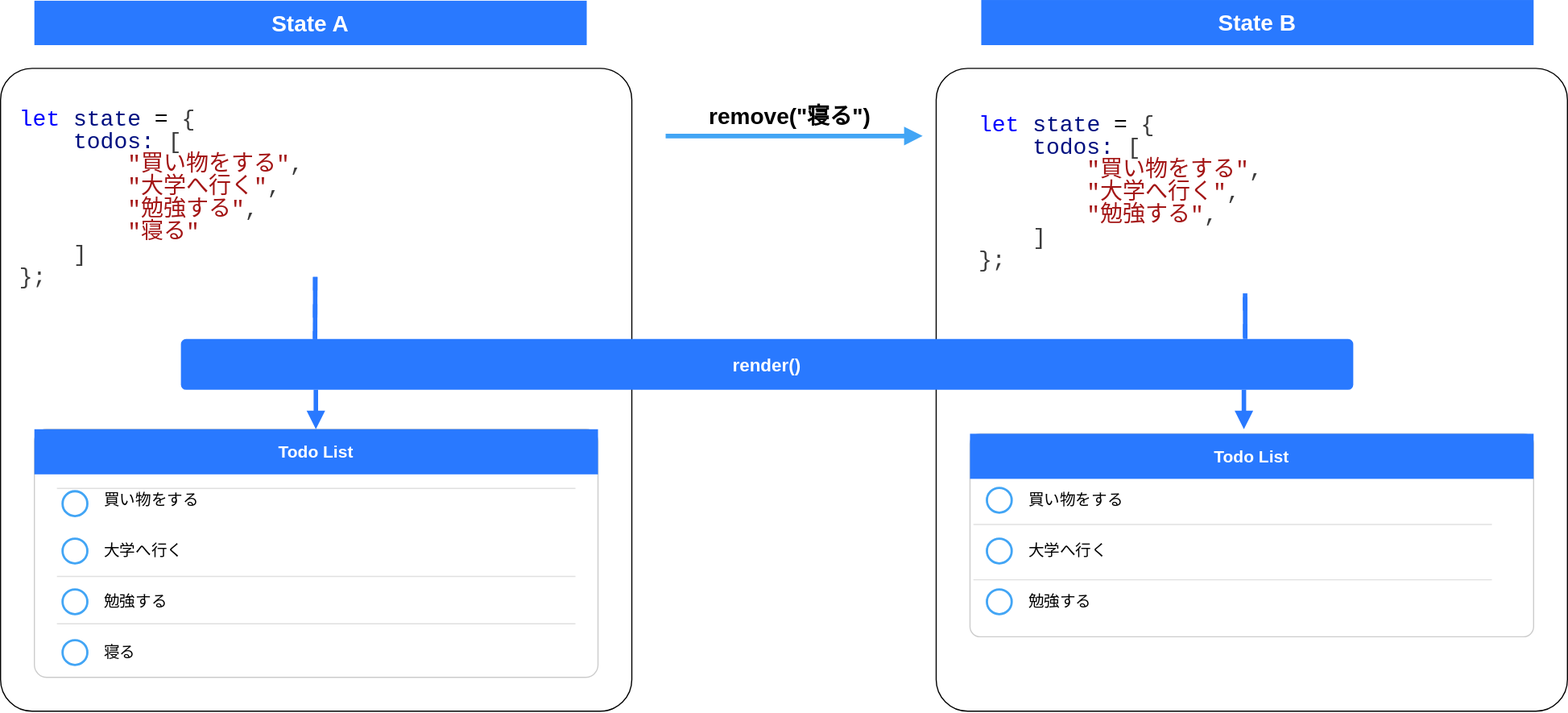
ut-code/utcode-learn keeps this draw.io diagram as docs/4-advanced/04-react/declarative-ui.drawio.svg. Above is the earlier version. Source tidied: cells renumbered, new cells last; positions are measured from the earlier drawing's top-left corner, leaving out a move shared by most shapes.
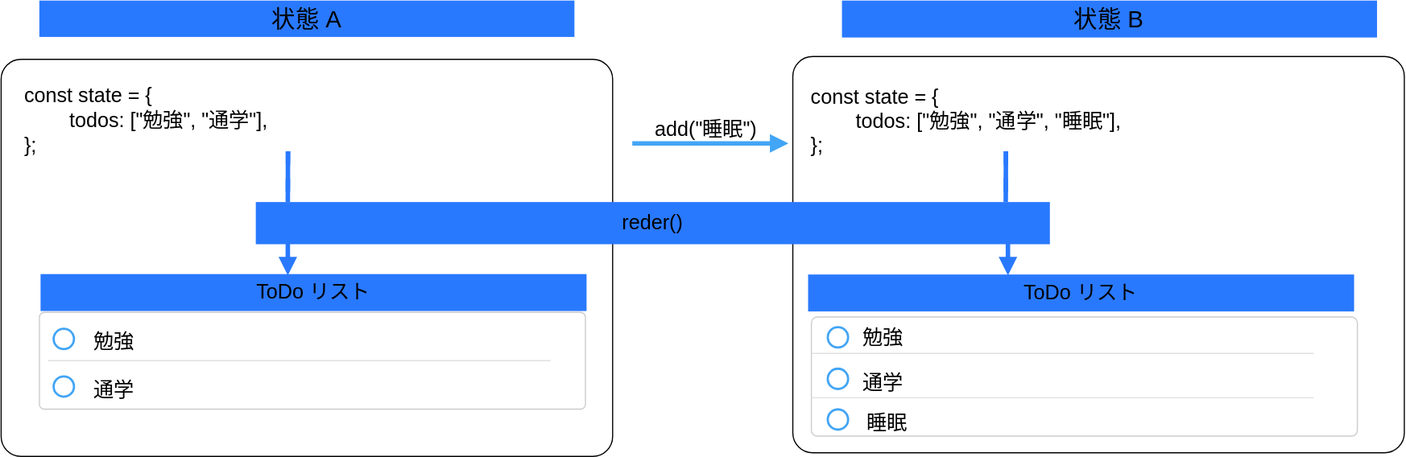
Later version of the same file.

Diff of the diagram source:
```diff
@@ -2,125 +2,110 @@
   <root>
     <mxCell id="0" />
     <mxCell id="1" parent="0" />
+    <mxCell id="37" style="group;direction=south;" parent="1" vertex="1">
+      <mxGeometry x="22" y="-14" width="1246" height="405" as="geometry" />
+    </mxCell>
-    <mxCell id="2" style="rounded=1;whiteSpace=wrap;html=1;arcSize=5;" parent="1" vertex="1">
-      <mxGeometry y="61" width="560" height="570" as="geometry" />
+    <mxCell id="2" style="rounded=1;whiteSpace=wrap;html=1;arcSize=5;fillColor=none;" parent="37" vertex="1">
+      <mxGeometry y="52.2" width="542.8" height="352.8" as="geometry" />
     </mxCell>
-    <mxCell id="3" value="&lt;b&gt;&lt;font color=&quot;#FFFFFF&quot; style=&quot;font-size: 20px;&quot;&gt;State A&lt;/font&gt;&lt;/b&gt;" style="rounded=0;whiteSpace=wrap;html=1;fillColor=#2979FF;strokeColor=none;arcSize=0;" parent="1" vertex="1">
-      <mxGeometry x="30" y="1" width="490" height="39.4" as="geometry" />
+    <mxCell id="3" value="状態 A" style="rounded=0;whiteSpace=wrap;fillColor=#2979FF;strokeColor=none;arcSize=0;fontSize=21;" parent="37" vertex="1">
+      <mxGeometry x="33.9" width="474.9" height="32.3" as="geometry" />
     </mxCell>
-    <mxCell id="4" style="rounded=1;whiteSpace=wrap;html=1;fillColor=#FFFFFF;strokeColor=#CCCCCC;arcSize=5;" parent="1" vertex="1">
-      <mxGeometry x="30" y="381" width="500" height="220" as="geometry" />
+    <mxCell id="4" style="rounded=1;whiteSpace=wrap;fillColor=#FFFFFF;strokeColor=#CCCCCC;arcSize=5;" parent="37" vertex="1">
+      <mxGeometry x="34" y="277" width="484.6" height="86" as="geometry" />
     </mxCell>
-    <mxCell id="5" value="&lt;b&gt;&lt;font color=&quot;#FFFFFF&quot; style=&quot;font-size:15px;&quot;&gt;Todo List&lt;/font&gt;&lt;/b&gt;" style="rounded=0;whiteSpace=wrap;html=1;fillColor=#2979FF;strokeColor=none;" parent="1" vertex="1">
-      <mxGeometry x="30" y="381" width="500" height="40" as="geometry" />
+    <mxCell id="5" value="ToDo リスト" style="rounded=0;whiteSpace=wrap;fillColor=#2979FF;strokeColor=none;fontSize=18;" parent="37" vertex="1">
+      <mxGeometry x="35" y="243" width="484.6" height="32.8" as="geometry" />
     </mxCell>
-    <mxCell id="6" style="ellipse;whiteSpace=wrap;html=1;fillColor=#FFFFFF;strokeColor=#42A5F5;strokeWidth=2;" parent="1" vertex="1">
-      <mxGeometry x="55" y="436" width="22" height="22" as="geometry" />
-    </mxCell>
-    <mxCell id="7" value="&lt;font style=&quot;font-size:14px;&quot;&gt;買い物をする&lt;/font&gt;" style="text;html=1;align=left;verticalAlign=middle;" parent="1" vertex="1">
-      <mxGeometry x="90" y="431" width="110" height="26" as="geometry" />
-    </mxCell>
-    <mxCell id="8" style="line;strokeWidth=1;strokeColor=#E0E0E0;fillColor=none;" parent="1" vertex="1">
-      <mxGeometry x="50" y="433" width="460" height="1" as="geometry" />
-    </mxCell>
-    <mxCell id="9" style="ellipse;whiteSpace=wrap;html=1;fillColor=#FFFFFF;strokeColor=#42A5F5;strokeWidth=2;" parent="1" vertex="1">
-      <mxGeometry x="55" y="478" width="22" height="22" as="geometry" />
+    <mxCell id="9" style="ellipse;whiteSpace=wrap;html=1;fillColor=#FFFFFF;strokeColor=#42A5F5;strokeWidth=2;" parent="37" vertex="1">
+      <mxGeometry x="46.6" y="291.6" width="18.1" height="18.1" as="geometry" />
     </mxCell>
-    <mxCell id="10" value="&lt;font style=&quot;font-size:14px;&quot;&gt;大学へ行く&lt;/font&gt;" style="text;html=1;align=left;verticalAlign=middle;" parent="1" vertex="1">
-      <mxGeometry x="90" y="476" width="100" height="26" as="geometry" />
+    <mxCell id="10" value="勉強" style="text;align=left;verticalAlign=middle;fontSize=18;" parent="37" vertex="1">
+      <mxGeometry x="80.5" y="284.7" width="54" height="34" as="geometry" />
     </mxCell>
-    <mxCell id="11" style="line;strokeWidth=1;strokeColor=#E0E0E0;fillColor=none;" parent="1" vertex="1">
-      <mxGeometry x="50" y="511" width="460" height="1" as="geometry" />
+    <mxCell id="11" style="line;strokeWidth=1;strokeColor=#E0E0E0;fillColor=none;" parent="37" vertex="1">
+      <mxGeometry x="41.8" y="319.5" width="445.9" height="0.8" as="geometry" />
     </mxCell>
-    <mxCell id="12" style="ellipse;whiteSpace=wrap;html=1;fillColor=#FFFFFF;strokeColor=#42A5F5;strokeWidth=2;" parent="1" vertex="1">
-      <mxGeometry x="55" y="523" width="22" height="22" as="geometry" />
+    <mxCell id="12" style="ellipse;whiteSpace=wrap;html=1;fillColor=#FFFFFF;strokeColor=#42A5F5;strokeWidth=2;" parent="37" vertex="1">
+      <mxGeometry x="46.6" y="333.9" width="18.1" height="18.1" as="geometry" />
     </mxCell>
-    <mxCell id="13" value="&lt;font style=&quot;font-size:14px;&quot;&gt;勉強する&lt;/font&gt;" style="text;html=1;align=left;verticalAlign=middle;" parent="1" vertex="1">
-      <mxGeometry x="90" y="521" width="80" height="26" as="geometry" />
+    <mxCell id="13" value="通学" style="text;align=left;verticalAlign=middle;fontSize=18;" parent="37" vertex="1">
+      <mxGeometry x="80.5" y="327.7" width="54" height="34" as="geometry" />
     </mxCell>
-    <mxCell id="14" style="line;strokeWidth=1;strokeColor=#E0E0E0;fillColor=none;" parent="1" vertex="1">
-      <mxGeometry x="50" y="553" width="460" height="1" as="geometry" />
-    </mxCell>
-    <mxCell id="15" style="ellipse;whiteSpace=wrap;html=1;fillColor=#FFFFFF;strokeColor=#42A5F5;strokeWidth=2;" parent="1" vertex="1">
-      <mxGeometry x="55" y="568" width="22" height="22" as="geometry" />
-    </mxCell>
-    <mxCell id="16" value="&lt;font style=&quot;font-size:14px;&quot;&gt;寝る&lt;/font&gt;" style="text;html=1;align=left;verticalAlign=middle;" parent="1" vertex="1">
-      <mxGeometry x="90" y="566" width="50" height="26" as="geometry" />
-    </mxCell>
-    <mxCell id="17" style="rounded=1;whiteSpace=wrap;html=1;arcSize=5;" parent="1" vertex="1">
-      <mxGeometry x="830" y="61" width="560" height="570" as="geometry" />
+    <mxCell id="17" style="rounded=1;whiteSpace=wrap;html=1;arcSize=5;" parent="37" vertex="1">
+      <mxGeometry x="702.7" y="49.7" width="542.8" height="352" as="geometry" />
     </mxCell>
-    <mxCell id="18" style="endArrow=none;html=1;rounded=0;strokeWidth=4;strokeColor=#2979FF;fillColor=#2979FF;endFill=0;shape=wire;dashed=1;entryX=0.9;entryY=0.027;entryDx=0;entryDy=0;entryPerimeter=0;" parent="1" edge="1">
-      <mxGeometry relative="1" as="geometry">
-        <mxPoint x="1104" y="239.8" as="sourcePoint" />
-        <mxPoint x="1104.2" y="301" as="targetPoint" />
-      </mxGeometry>
-    </mxCell>
-    <mxCell id="19" style="rounded=1;whiteSpace=wrap;html=1;fillColor=#FFFFFF;strokeColor=#CCCCCC;arcSize=5;" parent="1" vertex="1">
-      <mxGeometry x="860" y="385" width="500" height="180" as="geometry" />
+    <mxCell id="19" style="rounded=1;whiteSpace=wrap;html=1;fillColor=#FFFFFF;strokeColor=#CCCCCC;arcSize=5;" parent="37" vertex="1">
+      <mxGeometry x="719.2" y="281.1" width="484.6" height="105.8" as="geometry" />
     </mxCell>
-    <mxCell id="20" value="&lt;b&gt;&lt;font color=&quot;#FFFFFF&quot; style=&quot;font-size:15px;&quot;&gt;Todo List&lt;/font&gt;&lt;/b&gt;" style="rounded=0;whiteSpace=wrap;html=1;fillColor=#2979FF;strokeColor=none;" parent="1" vertex="1">
-      <mxGeometry x="860" y="385" width="500" height="40" as="geometry" />
+    <mxCell id="20" value="ToDo リスト" style="rounded=0;whiteSpace=wrap;fillColor=#2979FF;strokeColor=none;fontSize=18;" parent="37" vertex="1">
+      <mxGeometry x="716.3" y="243.4" width="484.6" height="32.8" as="geometry" />
     </mxCell>
-    <mxCell id="21" style="ellipse;whiteSpace=wrap;html=1;fillColor=#FFFFFF;strokeColor=#42A5F5;strokeWidth=2;" parent="1" vertex="1">
-      <mxGeometry x="875" y="433" width="22" height="22" as="geometry" />
+    <mxCell id="21" style="ellipse;whiteSpace=wrap;html=1;fillColor=#FFFFFF;strokeColor=#42A5F5;strokeWidth=2;" parent="37" vertex="1">
+      <mxGeometry x="733.7" y="290.1" width="18.1" height="18.1" as="geometry" />
     </mxCell>
-    <mxCell id="22" value="&lt;font style=&quot;font-size:14px;&quot;&gt;買い物をする&lt;/font&gt;" style="text;html=1;align=left;verticalAlign=middle;" parent="1" vertex="1">
-      <mxGeometry x="910" y="431" width="110" height="26" as="geometry" />
+    <mxCell id="22" value="勉強" style="text;align=left;verticalAlign=middle;fontSize=18;" parent="37" vertex="1">
+      <mxGeometry x="762.8" y="280.7" width="54" height="34" as="geometry" />
     </mxCell>
-    <mxCell id="23" style="line;strokeWidth=1;strokeColor=#E0E0E0;fillColor=none;" parent="1" vertex="1">
-      <mxGeometry x="863" y="465" width="460" height="1" as="geometry" />
+    <mxCell id="23" style="line;strokeWidth=1;strokeColor=#E0E0E0;fillColor=none;" parent="37" vertex="1">
+      <mxGeometry x="719.2" y="313.1" width="445.9" height="0.8" as="geometry" />
     </mxCell>
-    <mxCell id="24" style="ellipse;whiteSpace=wrap;html=1;fillColor=#FFFFFF;strokeColor=#42A5F5;strokeWidth=2;" parent="1" vertex="1">
-      <mxGeometry x="875" y="478" width="22" height="22" as="geometry" />
+    <mxCell id="24" style="ellipse;whiteSpace=wrap;html=1;fillColor=#FFFFFF;strokeColor=#42A5F5;strokeWidth=2;" parent="37" vertex="1">
+      <mxGeometry x="733.7" y="327.1" width="18.1" height="18.1" as="geometry" />
     </mxCell>
-    <mxCell id="25" value="&lt;font style=&quot;font-size:14px;&quot;&gt;大学へ行く&lt;/font&gt;" style="text;html=1;align=left;verticalAlign=middle;" parent="1" vertex="1">
-      <mxGeometry x="910" y="476" width="100" height="26" as="geometry" />
+    <mxCell id="25" value="通学" style="text;align=left;verticalAlign=middle;fontSize=18;" parent="37" vertex="1">
+      <mxGeometry x="762.8" y="320.9" width="54" height="34" as="geometry" />
     </mxCell>
-    <mxCell id="26" style="line;strokeWidth=1;strokeColor=#E0E0E0;fillColor=none;" parent="1" vertex="1">
-      <mxGeometry x="863" y="514" width="460" height="1" as="geometry" />
+    <mxCell id="26" style="line;strokeWidth=1;strokeColor=#E0E0E0;fillColor=none;" parent="37" vertex="1">
+      <mxGeometry x="719.2" y="352.5" width="445.9" height="0.8" as="geometry" />
     </mxCell>
-    <mxCell id="27" style="ellipse;whiteSpace=wrap;html=1;fillColor=#FFFFFF;strokeColor=#42A5F5;strokeWidth=2;" parent="1" vertex="1">
-      <mxGeometry x="875" y="523" width="22" height="22" as="geometry" />
+    <mxCell id="27" style="ellipse;whiteSpace=wrap;html=1;fillColor=#FFFFFF;strokeColor=#42A5F5;strokeWidth=2;" parent="37" vertex="1">
+      <mxGeometry x="733.7" y="363.2" width="18.1" height="18.1" as="geometry" />
     </mxCell>
-    <mxCell id="28" value="&lt;font style=&quot;font-size:14px;&quot;&gt;勉強する&lt;/font&gt;" style="text;html=1;align=left;verticalAlign=middle;" parent="1" vertex="1">
-      <mxGeometry x="910" y="521" width="80" height="26" as="geometry" />
+    <mxCell id="28" value="睡眠" style="text;align=left;verticalAlign=middle;fontSize=18;" parent="37" vertex="1">
+      <mxGeometry x="766.7" y="357" width="54" height="34" as="geometry" />
     </mxCell>
-    <mxCell id="29" value="&lt;font style=&quot;font-size: 20px; color: rgb(0, 0, 0);&quot;&gt;&lt;b style=&quot;&quot;&gt;remove(&quot;寝る&quot;)&lt;/b&gt;&lt;/font&gt;" style="endArrow=block;html=1;rounded=0;strokeWidth=4;strokeColor=#42A5F5;fillColor=#42A5F5;endFill=1;labelBackgroundColor=none;" parent="1" edge="1">
-      <mxGeometry x="-0.04" y="18" relative="1" as="geometry">
-        <mxPoint x="590" y="121" as="sourcePoint" />
-        <mxPoint x="818" y="121" as="targetPoint" />
+    <mxCell id="29" value="add(&quot;睡眠&quot;)" style="endArrow=block;rounded=0;strokeWidth=4;strokeColor=#42A5F5;fillColor=#42A5F5;endFill=1;labelBackgroundColor=none;fontSize=18;" parent="37" edge="1">
+      <mxGeometry x="-0.05" y="14" relative="1" as="geometry">
+        <mxPoint x="560.2" y="126.9" as="sourcePoint" />
+        <mxPoint x="698.9" y="126.9" as="targetPoint" />
       </mxGeometry>
     </mxCell>
-    <mxCell id="30" value="&lt;b&gt;&lt;font color=&quot;#FFFFFF&quot; style=&quot;font-size: 16px;&quot;&gt;render()&lt;/font&gt;&lt;/b&gt;" style="rounded=1;whiteSpace=wrap;html=1;fillColor=light-dark(#2979ff, #af5700);strokeColor=none;arcSize=10;align=center;" parent="1" vertex="1">
-      <mxGeometry x="160" y="301" width="1040" height="45" as="geometry" />
-    </mxCell>
-    <mxCell id="31" style="endArrow=block;html=1;rounded=0;strokeWidth=4;strokeColor=#2979FF;fillColor=#2979FF;endFill=1;" parent="1" edge="1">
-      <mxGeometry relative="1" as="geometry">
-        <mxPoint x="1103" y="346" as="sourcePoint" />
-        <mxPoint x="1103" y="381" as="targetPoint" />
-      </mxGeometry>
-    </mxCell>
-    <mxCell id="32" value="&lt;div style=&quot;color: rgb(59, 59, 59); background-color: rgb(255, 255, 255); font-family: Menlo, Monaco, &amp;quot;Courier New&amp;quot;, monospace; font-weight: normal; line-height: 18px; white-space: pre;&quot;&gt;&lt;div style=&quot;&quot;&gt;&lt;font style=&quot;font-size: 20px;&quot;&gt;&lt;span style=&quot;color: rgb(0, 0, 255);&quot;&gt;let&lt;/span&gt;&lt;span style=&quot;color: rgb(59, 59, 59);&quot;&gt; &lt;/span&gt;&lt;span style=&quot;color: rgb(0, 16, 128);&quot;&gt;state&lt;/span&gt;&lt;span style=&quot;color: rgb(59, 59, 59);&quot;&gt; &lt;/span&gt;&lt;span style=&quot;color: rgb(0, 0, 0);&quot;&gt;=&lt;/span&gt;&lt;span style=&quot;color: rgb(59, 59, 59);&quot;&gt; {&lt;/span&gt;&lt;/font&gt;&lt;/div&gt;&lt;div style=&quot;&quot;&gt;&lt;font style=&quot;font-size: 20px;&quot;&gt;&lt;span style=&quot;color: rgb(59, 59, 59);&quot;&gt;    &lt;/span&gt;&lt;span style=&quot;color: rgb(0, 16, 128);&quot;&gt;todos&lt;/span&gt;&lt;span style=&quot;color: rgb(0, 16, 128);&quot;&gt;:&lt;/span&gt;&lt;span style=&quot;color: rgb(59, 59, 59);&quot;&gt; [&lt;/span&gt;&lt;/font&gt;&lt;/div&gt;&lt;div style=&quot;&quot;&gt;&lt;font style=&quot;font-size: 20px;&quot;&gt;&lt;span style=&quot;color: rgb(59, 59, 59);&quot;&gt;        &lt;/span&gt;&lt;span style=&quot;color: rgb(163, 21, 21);&quot;&gt;&quot;買い物をする&quot;&lt;/span&gt;&lt;span style=&quot;color: rgb(59, 59, 59);&quot;&gt;,&lt;/span&gt;&lt;/font&gt;&lt;/div&gt;&lt;div style=&quot;&quot;&gt;&lt;font style=&quot;font-size: 20px;&quot;&gt;&lt;span style=&quot;color: rgb(59, 59, 59);&quot;&gt;        &lt;/span&gt;&lt;span style=&quot;color: rgb(163, 21, 21);&quot;&gt;&quot;大学へ行く&quot;&lt;/span&gt;&lt;span style=&quot;color: rgb(59, 59, 59);&quot;&gt;,&lt;/span&gt;&lt;/font&gt;&lt;/div&gt;&lt;div style=&quot;&quot;&gt;&lt;font style=&quot;font-size: 20px;&quot;&gt;&lt;span style=&quot;color: rgb(59, 59, 59);&quot;&gt;        &lt;/span&gt;&lt;span style=&quot;color: rgb(163, 21, 21);&quot;&gt;&quot;勉強する&quot;&lt;/span&gt;&lt;span style=&quot;color: rgb(59, 59, 59);&quot;&gt;,&lt;/span&gt;&lt;/font&gt;&lt;/div&gt;&lt;div style=&quot;&quot;&gt;&lt;font style=&quot;font-size: 20px;&quot;&gt;&lt;span style=&quot;color: rgb(59, 59, 59);&quot;&gt;        &lt;/span&gt;&lt;span style=&quot;color: rgb(163, 21, 21);&quot;&gt;&quot;寝る&quot;&lt;/span&gt;&lt;/font&gt;&lt;/div&gt;&lt;div style=&quot;&quot;&gt;&lt;span style=&quot;color: rgb(59, 59, 59);&quot;&gt;&lt;font style=&quot;font-size: 20px;&quot;&gt;    ]&lt;/font&gt;&lt;/span&gt;&lt;/div&gt;&lt;div style=&quot;&quot;&gt;&lt;span style=&quot;color: rgb(59, 59, 59);&quot;&gt;&lt;font style=&quot;font-size: 20px;&quot;&gt;};&lt;/font&gt;&lt;/span&gt;&lt;/div&gt;&lt;br&gt;&lt;/div&gt;" style="text;whiteSpace=wrap;html=1;" parent="1" vertex="1">
-      <mxGeometry x="15" y="91" width="273.7" height="200" as="geometry" />
+    <mxCell id="32" value="const state = {&#10;        todos: [&quot;勉強&quot;, &quot;通学&quot;],&#10;};&#10;&#10;&#10;" style="text;fontSize=18;" parent="37" vertex="1">
+      <mxGeometry x="18.9" y="67" width="415.6" height="164.1" as="geometry" />
     </mxCell>
-    <mxCell id="33" value="&lt;div style=&quot;color: rgb(59, 59, 59); background-color: rgb(255, 255, 255); font-family: Menlo, Monaco, &amp;quot;Courier New&amp;quot;, monospace; font-weight: normal; line-height: 18px; white-space: pre;&quot;&gt;&lt;div style=&quot;&quot;&gt;&lt;font style=&quot;font-size: 20px;&quot;&gt;&lt;span style=&quot;color: rgb(0, 0, 255);&quot;&gt;let&lt;/span&gt;&lt;span style=&quot;color: rgb(59, 59, 59);&quot;&gt; &lt;/span&gt;&lt;span style=&quot;color: rgb(0, 16, 128);&quot;&gt;state&lt;/span&gt;&lt;span style=&quot;color: rgb(59, 59, 59);&quot;&gt; &lt;/span&gt;&lt;span style=&quot;color: rgb(0, 0, 0);&quot;&gt;=&lt;/span&gt;&lt;span style=&quot;color: rgb(59, 59, 59);&quot;&gt; {&lt;/span&gt;&lt;/font&gt;&lt;/div&gt;&lt;div style=&quot;&quot;&gt;&lt;font style=&quot;font-size: 20px;&quot;&gt;&lt;span style=&quot;color: rgb(59, 59, 59);&quot;&gt;    &lt;/span&gt;&lt;span style=&quot;color: rgb(0, 16, 128);&quot;&gt;todos&lt;/span&gt;&lt;span style=&quot;color: rgb(0, 16, 128);&quot;&gt;:&lt;/span&gt;&lt;span style=&quot;color: rgb(59, 59, 59);&quot;&gt; [&lt;/span&gt;&lt;/font&gt;&lt;/div&gt;&lt;div style=&quot;&quot;&gt;&lt;font style=&quot;font-size: 20px;&quot;&gt;&lt;span style=&quot;color: rgb(59, 59, 59);&quot;&gt;        &lt;/span&gt;&lt;span style=&quot;color: rgb(163, 21, 21);&quot;&gt;&quot;買い物をする&quot;&lt;/span&gt;&lt;span style=&quot;color: rgb(59, 59, 59);&quot;&gt;,&lt;/span&gt;&lt;/font&gt;&lt;/div&gt;&lt;div style=&quot;&quot;&gt;&lt;font style=&quot;font-size: 20px;&quot;&gt;&lt;span style=&quot;color: rgb(59, 59, 59);&quot;&gt;        &lt;/span&gt;&lt;span style=&quot;color: rgb(163, 21, 21);&quot;&gt;&quot;大学へ行く&quot;&lt;/span&gt;&lt;span style=&quot;color: rgb(59, 59, 59);&quot;&gt;,&lt;/span&gt;&lt;/font&gt;&lt;/div&gt;&lt;div style=&quot;&quot;&gt;&lt;font style=&quot;font-size: 20px;&quot;&gt;&lt;span style=&quot;color: rgb(59, 59, 59);&quot;&gt;        &lt;/span&gt;&lt;span style=&quot;color: rgb(163, 21, 21);&quot;&gt;&quot;勉強する&quot;&lt;/span&gt;&lt;span style=&quot;color: rgb(59, 59, 59);&quot;&gt;,&lt;/span&gt;&lt;/font&gt;&lt;/div&gt;&lt;div style=&quot;&quot;&gt;&lt;span style=&quot;color: rgb(59, 59, 59);&quot;&gt;&lt;font style=&quot;font-size: 20px;&quot;&gt;    ]&lt;/font&gt;&lt;/span&gt;&lt;/div&gt;&lt;div style=&quot;&quot;&gt;&lt;span style=&quot;color: rgb(59, 59, 59);&quot;&gt;&lt;font style=&quot;font-size: 20px;&quot;&gt;};&lt;/font&gt;&lt;/span&gt;&lt;/div&gt;&lt;br&gt;&lt;/div&gt;" style="text;whiteSpace=wrap;html=1;" parent="1" vertex="1">
-      <mxGeometry x="866" y="96" width="180" height="190" as="geometry" />
+    <mxCell id="33" value="const state = {&#10;          todos: [&quot;勉強&quot;, &quot;通学&quot;, &quot;睡眠&quot;],&#10;};&#10;&#10;&#10;" style="text;whiteSpace=wrap;fontSize=18;" parent="37" vertex="1">
+      <mxGeometry x="717.1" y="69" width="367.9" height="155.9" as="geometry" />
     </mxCell>
-    <mxCell id="34" style="endArrow=none;html=1;rounded=0;strokeWidth=4;strokeColor=#2979FF;fillColor=#2979FF;endFill=0;shape=wire;dashed=1;" parent="1" edge="1">
+    <mxCell id="34" style="endArrow=none;html=1;rounded=0;strokeWidth=4;strokeColor=#2979FF;fillColor=#2979FF;endFill=0;shape=wire;dashed=1;" parent="37" edge="1">
       <mxGeometry relative="1" as="geometry">
-        <mxPoint x="279.1" y="246" as="sourcePoint" />
-        <mxPoint x="279" y="301" as="targetPoint" />
+        <mxPoint x="254.6" y="133.8" as="sourcePoint" />
+        <mxPoint x="254.5" y="179" as="targetPoint" />
       </mxGeometry>
     </mxCell>
-    <mxCell id="35" style="endArrow=block;html=1;rounded=0;strokeWidth=4;strokeColor=#2979FF;fillColor=#2979FF;endFill=1;" parent="1" edge="1">
+    <mxCell id="35" style="endArrow=block;html=1;rounded=0;strokeWidth=4;strokeColor=#2979FF;fillColor=#2979FF;endFill=1;" parent="37" edge="1">
       <mxGeometry relative="1" as="geometry">
-        <mxPoint x="279.7" y="346" as="sourcePoint" />
-        <mxPoint x="279.7" y="381" as="targetPoint" />
+        <mxPoint x="254.5" y="215.5" as="sourcePoint" />
+        <mxPoint x="254.5" y="244.2" as="targetPoint" />
       </mxGeometry>
     </mxCell>
-    <mxCell id="36" value="&lt;b&gt;&lt;font color=&quot;#FFFFFF&quot; style=&quot;font-size: 20px;&quot;&gt;State B&lt;/font&gt;&lt;/b&gt;" style="rounded=0;whiteSpace=wrap;html=1;fillColor=#2979FF;strokeColor=none;arcSize=0;" parent="1" vertex="1">
-      <mxGeometry x="870" y="0.4" width="490" height="40" as="geometry" />
+    <mxCell id="36" value="状態 B" style="rounded=0;whiteSpace=wrap;fillColor=#2979FF;strokeColor=none;arcSize=0;fontSize=21;" parent="37" vertex="1">
+      <mxGeometry x="746.3" width="474.9" height="32.8" as="geometry" />
     </mxCell>
+    <mxCell id="38" style="endArrow=none;html=1;rounded=0;strokeWidth=4;strokeColor=#2979FF;fillColor=#2979FF;endFill=0;shape=wire;dashed=1;" parent="37" edge="1">
+      <mxGeometry relative="1" as="geometry">
+        <mxPoint x="891.9" y="133.8" as="sourcePoint" />
+        <mxPoint x="891.7" y="179" as="targetPoint" />
+      </mxGeometry>
+    </mxCell>
+    <mxCell id="39" style="endArrow=block;html=1;rounded=0;strokeWidth=4;strokeColor=#2979FF;fillColor=#2979FF;endFill=1;" parent="37" edge="1">
+      <mxGeometry relative="1" as="geometry">
+        <mxPoint x="893.7" y="215.5" as="sourcePoint" />
+        <mxPoint x="893.7" y="244.2" as="targetPoint" />
+      </mxGeometry>
+    </mxCell>
+    <mxCell id="40" value="reder()" style="rounded=0;whiteSpace=wrap;fillColor=#2979FF;strokeColor=none;fontSize=18;" parent="37" vertex="1">
+      <mxGeometry x="226.1" y="179" width="704.9" height="37.5" as="geometry" />
+    </mxCell>
   </root>
 </mxGraphModel>
```
